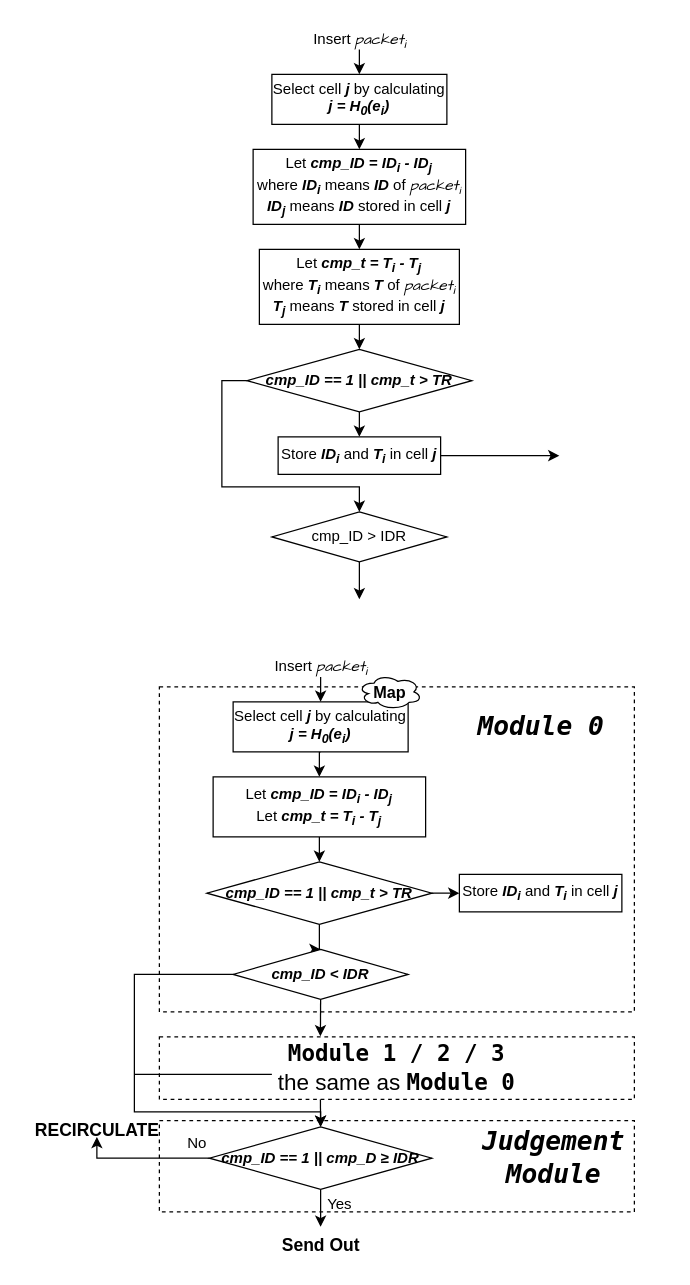
Before: undergraduate paper/未命名绘图.drawio in wh2001/drawing, a draw.io diagram. Source tidied: cells renumbered, new cells numbered last; positions are measured from the earlier drawing's top-left corner, leaving out a move shared by most shapes. Both pictures are drawn from the tidied source at 125%, with x=0, y=0 at pixel (21, 21).
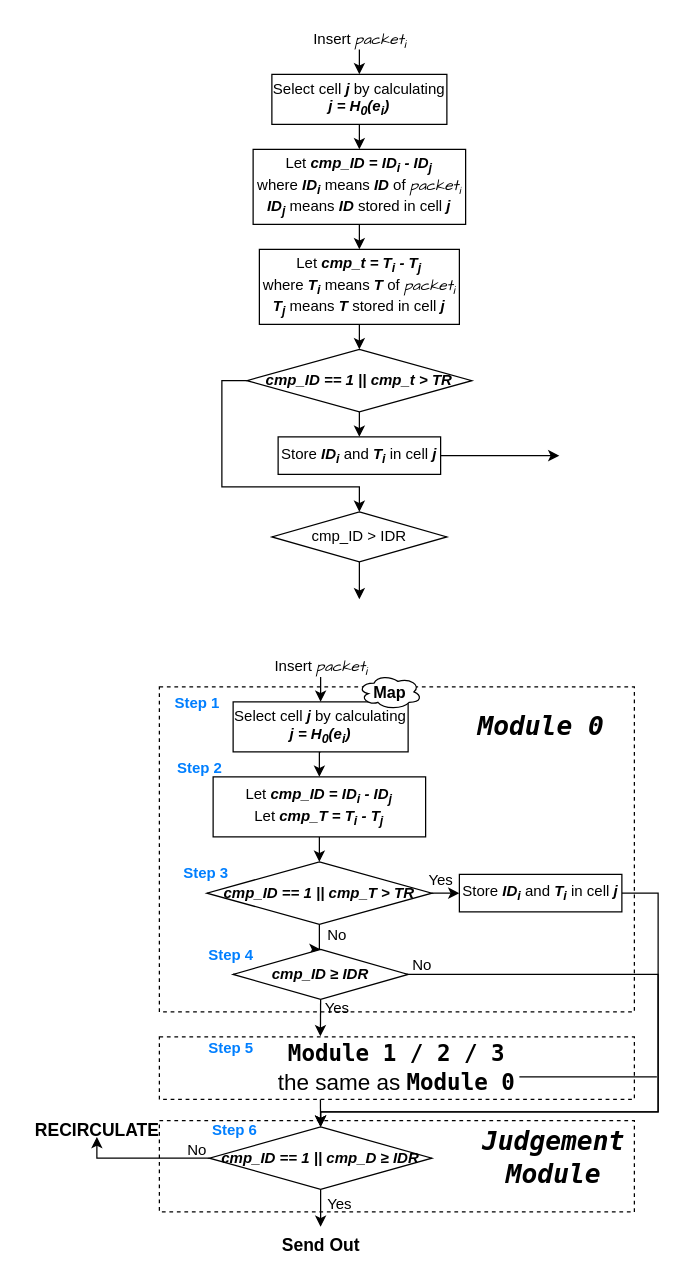
Above is the later version.

Commit message:
更新未命名绘图.drawio

The change refers to these unchanged cells:
```xml
<mxCell id="29" value="Store &lt;b&gt;&lt;i&gt;ID&lt;sub&gt;i&lt;/sub&gt;&lt;/i&gt;&lt;/b&gt; and &lt;b&gt;&lt;i&gt;T&lt;sub&gt;i&lt;/sub&gt;&lt;/i&gt;&lt;/b&gt; in cell &lt;b&gt;&lt;i&gt;j&lt;/i&gt;&lt;/b&gt;" style="rounded=0;whiteSpace=wrap;html=1;glass=0;" parent="1" vertex="1">
  <mxGeometry x="350" y="682" width="130" height="30" as="geometry" />
</mxCell>
<mxCell id="35" value="&lt;b&gt;&lt;i&gt;cmp_ID == 1 || cmp_D ≥ IDR&lt;/i&gt;&lt;/b&gt;" style="rhombus;whiteSpace=wrap;html=1;" parent="1" vertex="1">
  <mxGeometry x="150" y="884" width="178" height="50" as="geometry" />
</mxCell>
```

What changed in the source:
```diff
@@
-    <mxCell id="24" value="Let &lt;b&gt;&lt;i&gt;c&lt;/i&gt;&lt;/b&gt;&lt;b style=&quot;&quot;&gt;&lt;i style=&quot;&quot;&gt;mp_ID = ID&lt;sub&gt;i&lt;/sub&gt;&amp;nbsp;- ID&lt;/i&gt;&lt;/b&gt;&lt;b style=&quot;&quot;&gt;&lt;i&gt;&lt;sub&gt;j&lt;br&gt;&lt;/sub&gt;&lt;/i&gt;&lt;/b&gt;Let&amp;nbsp;&lt;b style=&quot;border-color: var(--border-color);&quot;&gt;&lt;i style=&quot;border-color: var(--border-color);&quot;&gt;cmp_t = T&lt;sub style=&quot;border-color: var(--border-color);&quot;&gt;i&lt;/sub&gt;&amp;nbsp;- T&lt;sub style=&quot;border-color: var(--border-color);&quot;&gt;j&lt;/sub&gt;&lt;/i&gt;&lt;/b&gt;&lt;b style=&quot;&quot;&gt;&lt;i&gt;&lt;sub&gt;&lt;br&gt;&lt;/sub&gt;&lt;/i&gt;&lt;/b&gt;" style="rounded=0;whiteSpace=wrap;html=1;" parent="1" vertex="1">
+    <mxCell id="24" value="Let &lt;b&gt;&lt;i&gt;c&lt;/i&gt;&lt;/b&gt;&lt;b style=&quot;&quot;&gt;&lt;i style=&quot;&quot;&gt;mp_ID = ID&lt;sub&gt;i&lt;/sub&gt;&amp;nbsp;- ID&lt;/i&gt;&lt;/b&gt;&lt;b style=&quot;&quot;&gt;&lt;i&gt;&lt;sub&gt;j&lt;br&gt;&lt;/sub&gt;&lt;/i&gt;&lt;/b&gt;Let&amp;nbsp;&lt;b style=&quot;border-color: var(--border-color);&quot;&gt;&lt;i style=&quot;border-color: var(--border-color);&quot;&gt;cmp_T = T&lt;sub style=&quot;border-color: var(--border-color);&quot;&gt;i&lt;/sub&gt;&amp;nbsp;- T&lt;sub style=&quot;border-color: var(--border-color);&quot;&gt;j&lt;/sub&gt;&lt;/i&gt;&lt;/b&gt;&lt;b style=&quot;&quot;&gt;&lt;i&gt;&lt;sub&gt;&lt;br&gt;&lt;/sub&gt;&lt;/i&gt;&lt;/b&gt;" style="rounded=0;whiteSpace=wrap;html=1;" parent="1" vertex="1">
       <mxGeometry x="153" y="604" width="170" height="48" as="geometry" />
     </mxCell>
@@
-    <mxCell id="28" value="&lt;b&gt;&lt;i&gt;cmp_ID == 1 || cmp_t &amp;gt; TR&lt;/i&gt;&lt;/b&gt;" style="rhombus;whiteSpace=wrap;html=1;" parent="1" vertex="1">
+    <mxCell id="28" value="&lt;b&gt;&lt;i&gt;cmp_ID == 1 || cmp_T &amp;gt; TR&lt;/i&gt;&lt;/b&gt;" style="rhombus;whiteSpace=wrap;html=1;" parent="1" vertex="1">
       <mxGeometry x="148" y="672" width="180" height="50" as="geometry" />
     </mxCell>
+    <mxCell id="45" style="edgeStyle=orthogonalEdgeStyle;rounded=0;jettySize=auto;html=1;exitX=1;exitY=0.5;exitDx=0;exitDy=0;entryX=0.5;entryY=0;entryDx=0;entryDy=0;" parent="1" edge="1" source="29" target="35">
+      <mxGeometry relative="1" as="geometry">
+        <Array as="points">
+          <mxPoint x="509" y="697" />
+          <mxPoint x="509" y="872" />
+          <mxPoint x="239" y="872" />
+        </Array>
+      </mxGeometry>
+    </mxCell>
@@
     <mxCell id="31" style="edgeStyle=orthogonalEdgeStyle;rounded=0;jettySize=auto;html=1;exitX=0;exitY=0.5;exitDx=0;exitDy=0;entryX=0.5;entryY=0;entryDx=0;entryDy=0;" parent="1" edge="1" source="32" target="35">
       <mxGeometry relative="1" as="geometry">
         <Array as="points">
-          <mxPoint x="90" y="762" />
-          <mxPoint x="90" y="872" />
+          <mxPoint x="509" y="762" />
+          <mxPoint x="509" y="872" />
           <mxPoint x="239" y="872" />
         </Array>
       </mxGeometry>
     </mxCell>
-    <mxCell id="32" value="&lt;b&gt;&lt;i&gt;cmp_ID &amp;lt; IDR&lt;/i&gt;&lt;/b&gt;" style="rhombus;whiteSpace=wrap;html=1;" parent="1" vertex="1">
+    <mxCell id="32" value="&lt;b&gt;&lt;i&gt;cmp_ID ≥ IDR&lt;/i&gt;&lt;/b&gt;" style="rhombus;whiteSpace=wrap;html=1;" parent="1" vertex="1">
       <mxGeometry x="169" y="742" width="140" height="40" as="geometry" />
     </mxCell>
@@
     <mxCell id="41" value="No" style="text;html=1;align=center;verticalAlign=middle;strokeColor=none;fillColor=none;" parent="1" vertex="1">
-      <mxGeometry x="120" y="882" width="40" height="30" as="geometry" />
+      <mxGeometry x="120" y="888" width="40" height="30" as="geometry" />
     </mxCell>
@@
     <mxCell id="44" style="endArrow=none;html=1;rounded=0;" parent="1" edge="1">
       <mxGeometry relative="1" as="geometry">
-        <mxPoint x="200" y="842" as="sourcePoint" />
-        <mxPoint x="90" y="842" as="targetPoint" />
+        <mxPoint x="508" y="844" as="sourcePoint" />
+        <mxPoint x="398" y="844" as="targetPoint" />
       </mxGeometry>
     </mxCell>
+    <mxCell id="46" value="&lt;font color=&quot;#007fff&quot;&gt;&lt;b&gt;Step 1&lt;/b&gt;&lt;/font&gt;" style="text;html=1;align=center;verticalAlign=middle;strokeColor=none;fillColor=none;" parent="1" vertex="1">
+      <mxGeometry x="113" y="532" width="54" height="26" as="geometry" />
+    </mxCell>
+    <mxCell id="47" value="&lt;font color=&quot;#007fff&quot;&gt;&lt;b&gt;Step 2&lt;/b&gt;&lt;/font&gt;" style="text;html=1;align=center;verticalAlign=middle;strokeColor=none;fillColor=none;" parent="1" vertex="1">
+      <mxGeometry x="115" y="584" width="54" height="26" as="geometry" />
+    </mxCell>
+    <mxCell id="48" value="&lt;font color=&quot;#007fff&quot;&gt;&lt;b&gt;Step 3&lt;/b&gt;&lt;/font&gt;" style="text;html=1;align=center;verticalAlign=middle;strokeColor=none;fillColor=none;" parent="1" vertex="1">
+      <mxGeometry x="120" y="668" width="54" height="26" as="geometry" />
+    </mxCell>
+    <mxCell id="49" value="&lt;font color=&quot;#007fff&quot;&gt;&lt;b&gt;Step 4&lt;/b&gt;&lt;/font&gt;" style="text;html=1;align=center;verticalAlign=middle;strokeColor=none;fillColor=none;" parent="1" vertex="1">
+      <mxGeometry x="140" y="734" width="54" height="26" as="geometry" />
+    </mxCell>
+    <mxCell id="50" value="Yes" style="text;html=1;align=center;verticalAlign=middle;strokeColor=none;fillColor=none;" parent="1" vertex="1">
+      <mxGeometry x="315" y="672" width="40" height="30" as="geometry" />
+    </mxCell>
+    <mxCell id="51" value="Yes" style="text;html=1;align=center;verticalAlign=middle;strokeColor=none;fillColor=none;" parent="1" vertex="1">
+      <mxGeometry x="232" y="774" width="40" height="30" as="geometry" />
+    </mxCell>
+    <mxCell id="52" value="No" style="text;html=1;align=center;verticalAlign=middle;strokeColor=none;fillColor=none;" parent="1" vertex="1">
+      <mxGeometry x="300" y="740" width="40" height="30" as="geometry" />
+    </mxCell>
+    <mxCell id="53" value="&lt;font color=&quot;#007fff&quot;&gt;&lt;b&gt;Step 5&lt;/b&gt;&lt;/font&gt;" style="text;html=1;align=center;verticalAlign=middle;strokeColor=none;fillColor=none;" parent="1" vertex="1">
+      <mxGeometry x="140" y="808" width="54" height="26" as="geometry" />
+    </mxCell>
+    <mxCell id="54" value="&lt;font color=&quot;#007fff&quot;&gt;&lt;b&gt;Step 6&lt;/b&gt;&lt;/font&gt;" style="text;html=1;align=center;verticalAlign=middle;strokeColor=none;fillColor=none;" parent="1" vertex="1">
+      <mxGeometry x="143" y="874" width="54" height="26" as="geometry" />
+    </mxCell>
+    <mxCell id="55" value="No" style="text;html=1;align=center;verticalAlign=middle;strokeColor=none;fillColor=none;" parent="1" vertex="1">
+      <mxGeometry x="232" y="716" width="40" height="30" as="geometry" />
+    </mxCell>
```
